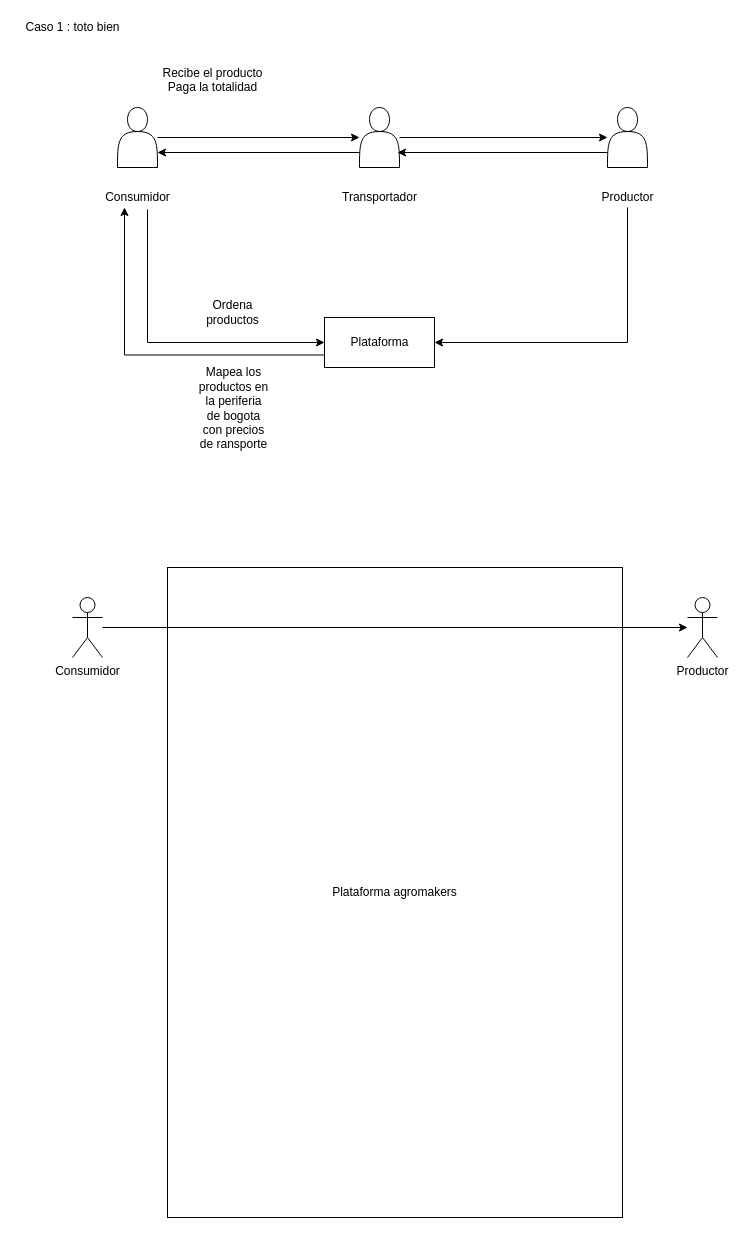
The draw.io diagram Logistica.drawio in stdupas/app.agromaker, before the edit. Source tidied: cells renumbered, new cells numbered last; positions are measured from the earlier drawing's top-left corner, leaving out a move shared by most shapes. Both pictures are drawn from the tidied source at 100%, with x=0, y=0 at pixel (17, 17).
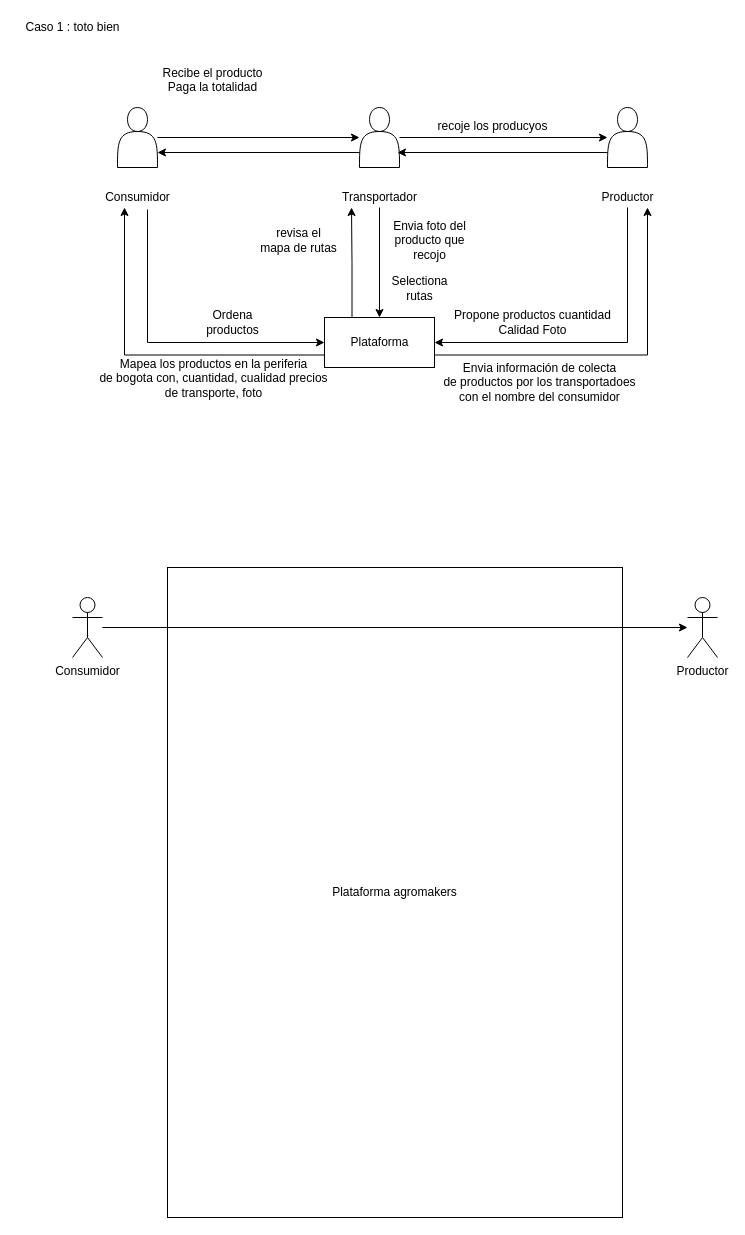
The same diagram, later.

Unchanged cells that the change refers to:
```xml
<mxCell id="6" value="Productor" style="text;html=1;align=center;verticalAlign=middle;points=[];" parent="4" vertex="1">
  <mxGeometry y="80" width="70" height="20" as="geometry" />
</mxCell>
<mxCell id="9" value="Transportador" style="text;html=1;align=center;verticalAlign=middle;points=[];" parent="7" vertex="1">
  <mxGeometry y="80" width="90" height="20" as="geometry" />
</mxCell>
<mxCell id="21" style="edgeStyle=orthogonalEdgeStyle;rounded=0;jettySize=auto;html=1;exitX=0;exitY=0.75;exitDx=0;exitDy=0;" parent="1" edge="1" source="23" target="12">
  <mxGeometry relative="1" as="geometry">
    <Array as="points">
      <mxPoint x="107" y="338" />
    </Array>
  </mxGeometry>
</mxCell>
<mxCell id="23" value="Plataforma" style="html=1;" parent="1" vertex="1">
  <mxGeometry x="307" y="300" width="110" height="50" as="geometry" />
</mxCell>
```

What changed in the source:
```diff
@@
-    <mxCell id="22" value="&lt;div&gt;Mapea los &lt;br&gt;&lt;/div&gt;&lt;div&gt;productos en &lt;br&gt;&lt;/div&gt;&lt;div&gt;la periferia &lt;br&gt;de bogota &lt;br&gt;con precios&lt;/div&gt;&lt;div&gt; de ransporte&lt;/div&gt;" style="text;html=1;align=center;verticalAlign=middle;" parent="21" vertex="1">
+    <mxCell id="22" value="&lt;div&gt;Mapea los productos en la periferia &lt;br&gt;de bogota con, cuantidad, cualidad precios&lt;/div&gt;&lt;div&gt; de transporte, foto&lt;br&gt;&lt;/div&gt;" style="text;html=1;align=center;verticalAlign=middle;" parent="21" vertex="1">
       <mxGeometry x="-0.45" y="3" relative="1" as="geometry">
-        <mxPoint x="4" y="49.5" as="offset" />
+        <mxPoint x="-16" y="19.5" as="offset" />
       </mxGeometry>
     </mxCell>
+    <mxCell id="27" style="edgeStyle=orthogonalEdgeStyle;rounded=0;jettySize=auto;html=1;exitX=1;exitY=0.75;exitDx=0;exitDy=0;" parent="1" edge="1" source="23" target="6">
+      <mxGeometry relative="1" as="geometry">
+        <Array as="points">
+          <mxPoint x="630" y="338" />
+        </Array>
+      </mxGeometry>
+    </mxCell>
+    <mxCell id="28" style="edgeStyle=orthogonalEdgeStyle;rounded=0;jettySize=auto;html=1;exitX=0.25;exitY=0;exitDx=0;exitDy=0;entryX=0.189;entryY=1;entryDx=0;entryDy=0;entryPerimeter=0;" parent="1" edge="1" source="23" target="9">
+      <mxGeometry relative="1" as="geometry" />
+    </mxCell>
@@
     <mxCell id="25" value="&lt;div&gt;Ordena &lt;br&gt;&lt;/div&gt;&lt;div&gt;productos&lt;/div&gt;" style="text;html=1;align=center;verticalAlign=middle;" parent="1" vertex="1">
-      <mxGeometry x="180" y="280" width="70" height="30" as="geometry" />
+      <mxGeometry x="180" y="290" width="70" height="30" as="geometry" />
     </mxCell>
@@
+    <mxCell id="29" value="&lt;div&gt;Propone productos cuantidad&lt;/div&gt;&lt;div&gt;Calidad Foto&lt;br&gt;&lt;/div&gt;" style="text;html=1;align=center;verticalAlign=middle;" parent="1" vertex="1">
+      <mxGeometry x="430" y="290" width="170" height="30" as="geometry" />
+    </mxCell>
+    <mxCell id="30" value="&lt;div&gt;Envia información de colecta &lt;br&gt;&lt;/div&gt;&lt;div&gt;de productos por los transportadoes &lt;br&gt;&lt;/div&gt;&lt;div&gt;con el nombre del consumidor&lt;/div&gt;" style="text;html=1;align=center;verticalAlign=middle;" parent="1" vertex="1">
+      <mxGeometry x="417" y="340" width="210" height="50" as="geometry" />
+    </mxCell>
+    <mxCell id="31" value="recoje los producyos" style="text;html=1;align=center;verticalAlign=middle;" parent="1" vertex="1">
+      <mxGeometry x="410" y="99" width="130" height="20" as="geometry" />
+    </mxCell>
+    <mxCell id="32" style="edgeStyle=orthogonalEdgeStyle;rounded=0;jettySize=auto;html=1;entryX=0.5;entryY=0;entryDx=0;entryDy=0;" parent="1" edge="1" source="9" target="23">
+      <mxGeometry relative="1" as="geometry" />
+    </mxCell>
+    <mxCell id="33" value="&lt;div&gt;Envia foto del &lt;br&gt;&lt;/div&gt;&lt;div&gt;producto que &lt;br&gt;&lt;/div&gt;&lt;div&gt;recojo&lt;/div&gt;" style="text;html=1;align=center;verticalAlign=middle;" parent="1" vertex="1">
+      <mxGeometry x="367" y="198" width="90" height="50" as="geometry" />
+    </mxCell>
+    <mxCell id="34" value="&lt;div&gt;revisa el &lt;br&gt;&lt;/div&gt;&lt;div&gt;mapa de rutas&lt;/div&gt;" style="text;html=1;align=center;verticalAlign=middle;" parent="1" vertex="1">
+      <mxGeometry x="236" y="208" width="90" height="30" as="geometry" />
+    </mxCell>
+    <mxCell id="35" value="&lt;div&gt;Selectiona &lt;br&gt;&lt;/div&gt;&lt;div&gt;rutas&lt;/div&gt;" style="text;html=1;align=center;verticalAlign=middle;" parent="1" vertex="1">
+      <mxGeometry x="367" y="256" width="70" height="30" as="geometry" />
+    </mxCell>
```
